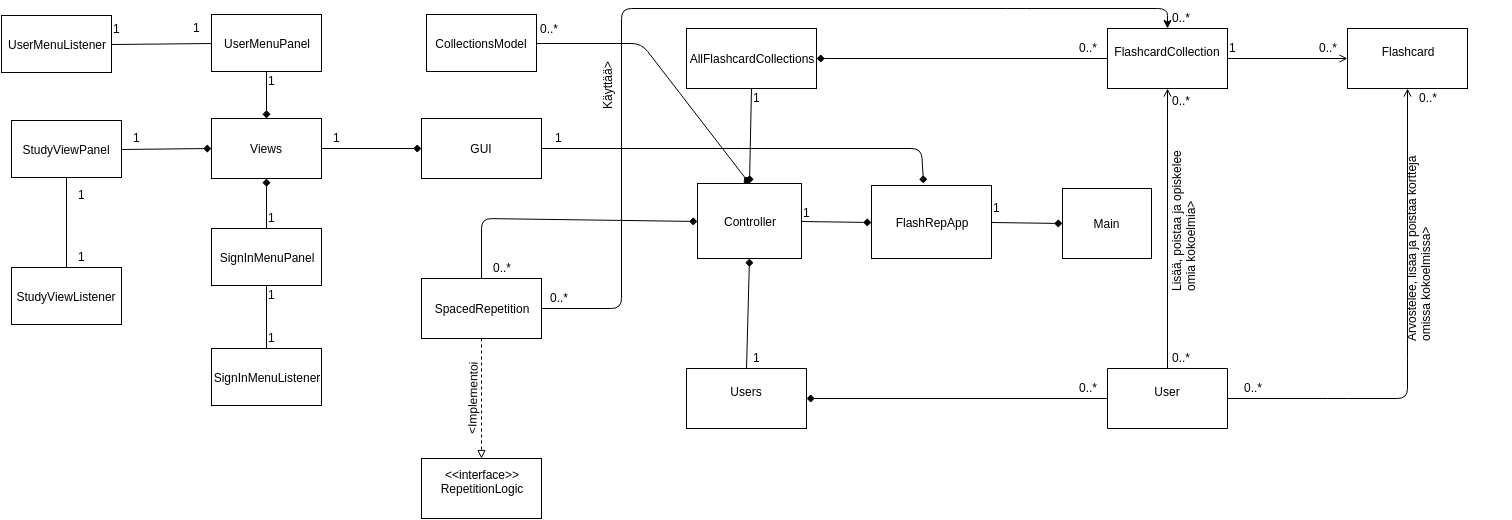
The draw.io diagram dokumentaatio/MaarittelyvaiheenLuokkakaavio.png in RIR/FlashRep, before a commit. Source tidied: cells renumbered, new cells last; positions are measured from the earlier drawing's top-left corner, leaving out a move shared by most shapes.
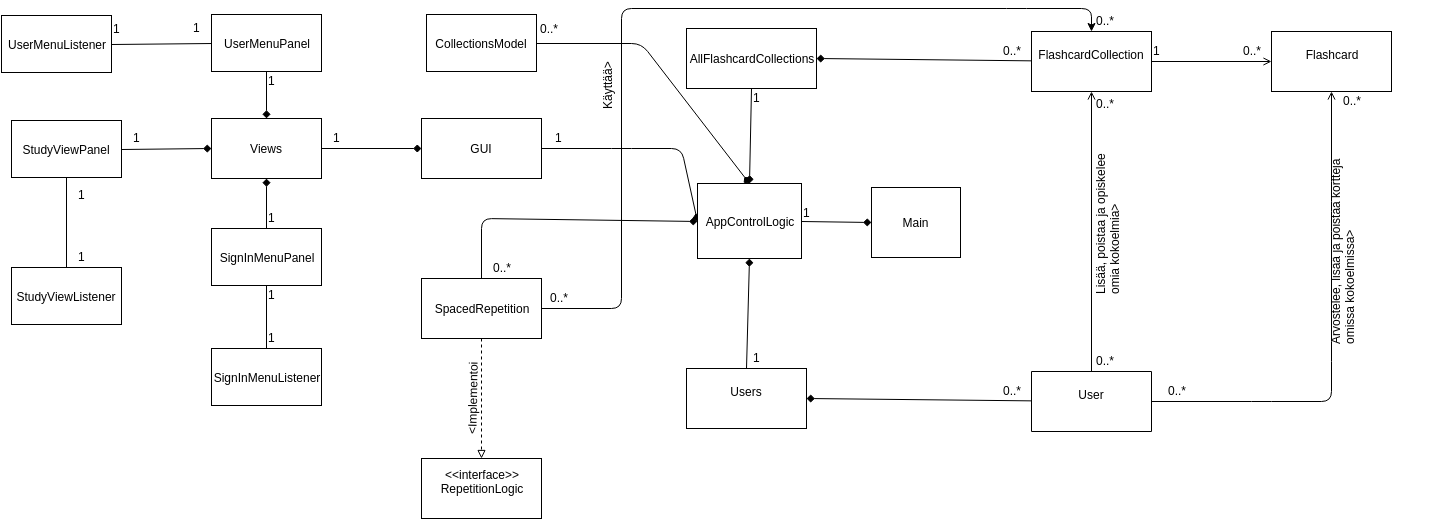
Later version of the same file.

What changed in the source:
```diff
@@ -8,7 +8,7 @@
     <mxCell id="3" style="edgeStyle=none;html=1;exitX=0.5;exitY=0;entryX=1;entryY=0.5;startArrow=classic;startFill=1;endArrow=none;endFill=0;strokeColor=#000000;" parent="1" edge="1" source="4" target="35">
       <mxGeometry relative="1" as="geometry">
         <Array as="points">
-          <mxPoint x="1166" />
+          <mxPoint x="1090" />
           <mxPoint x="1015" />
           <mxPoint x="620" />
           <mxPoint x="620" y="300" />
@@ -16,20 +16,20 @@
       </mxGeometry>
     </mxCell>
     <mxCell id="4" value="FlashcardCollection&lt;div&gt;&lt;br&gt;&lt;/div&gt;" style="whiteSpace=wrap;html=1;" parent="1" vertex="1">
-      <mxGeometry x="1106" y="20" width="120" height="60" as="geometry" />
+      <mxGeometry x="1030" y="23" width="120" height="60" as="geometry" />
     </mxCell>
     <mxCell id="5" value="Flashcard&lt;div&gt;&lt;br&gt;&lt;/div&gt;" style="whiteSpace=wrap;html=1;" parent="1" vertex="1">
-      <mxGeometry x="1346" y="20" width="120" height="60" as="geometry" />
+      <mxGeometry x="1270" y="23" width="120" height="60" as="geometry" />
     </mxCell>
     <mxCell id="6" style="edgeStyle=none;html=1;entryX=0.5;entryY=1;startFill=0;endArrow=open;endFill=0;" parent="1" edge="1" target="5">
       <mxGeometry relative="1" as="geometry">
-        <mxPoint x="1226" y="390" as="sourcePoint" />
+        <mxPoint x="1150" y="393" as="sourcePoint" />
         <Array as="points">
-          <mxPoint x="1336" y="390" />
-          <mxPoint x="1406" y="390" />
-          <mxPoint x="1406" y="340" />
-          <mxPoint x="1406" y="210" />
-          <mxPoint x="1406" y="180" />
+          <mxPoint x="1260" y="393" />
+          <mxPoint x="1330" y="393" />
+          <mxPoint x="1330" y="343" />
+          <mxPoint x="1330" y="213" />
+          <mxPoint x="1330" y="183" />
         </Array>
       </mxGeometry>
     </mxCell>
@@ -37,7 +37,7 @@
       <mxGeometry relative="1" as="geometry" />
     </mxCell>
     <mxCell id="8" value="User&lt;div&gt;&lt;br&gt;&lt;/div&gt;" style="whiteSpace=wrap;html=1;direction=west;" parent="1" vertex="1">
-      <mxGeometry x="1106" y="360" width="120" height="60" as="geometry" />
+      <mxGeometry x="1030" y="363" width="120" height="60" as="geometry" />
     </mxCell>
     <mxCell id="9" style="edgeStyle=none;html=1;exitX=1;exitY=0.5;startFill=1;endArrow=none;endFill=0;startArrow=diamond;" parent="1" edge="1" source="10" target="8">
       <mxGeometry relative="1" as="geometry" />
@@ -50,37 +50,37 @@
     </mxCell>
     <mxCell id="12" style="endArrow=none;html=1;strokeColor=#000000;startArrow=none;startFill=0;endFill=0;exitX=1;exitY=0.5;entryX=0;entryY=0.5;" parent="1" edge="1" target="4">
       <mxGeometry relative="1" as="geometry">
-        <mxPoint x="1105.9" y="49.9" as="sourcePoint" />
+        <mxPoint x="1029.9" y="52.9" as="sourcePoint" />
       </mxGeometry>
     </mxCell>
     <mxCell id="13" style="endArrow=none;html=1;strokeColor=#000000;startArrow=diamond;startFill=1;endFill=0;exitX=1;exitY=0.5;" parent="1" edge="1" source="11" target="4">
       <mxGeometry relative="1" as="geometry" />
     </mxCell>
     <mxCell id="14" value="0..*" style="text;html=1;align=left;verticalAlign=top;spacingTop=-4;" parent="1" vertex="1">
-      <mxGeometry x="1076" y="30" width="30" height="20" as="geometry" />
+      <mxGeometry x="1000" y="33" width="30" height="20" as="geometry" />
     </mxCell>
     <mxCell id="15" value="1" style="text;html=1;align=left;verticalAlign=top;spacingTop=-4;" parent="1" vertex="1">
-      <mxGeometry x="1226" y="30" width="20" height="20" as="geometry" />
+      <mxGeometry x="1150" y="33" width="20" height="20" as="geometry" />
     </mxCell>
     <mxCell id="16" value="0..*" style="text;html=1;align=left;verticalAlign=top;spacingTop=-4;" parent="1" vertex="1">
-      <mxGeometry x="1316" y="30" width="30" height="20" as="geometry" />
+      <mxGeometry x="1240" y="33" width="30" height="20" as="geometry" />
     </mxCell>
     <mxCell id="17" value="&lt;span&gt;Arvostelee, lisää ja poistaa kortteja&lt;/span&gt;&lt;div&gt;&lt;span&gt;omissa kokoelmissa&amp;gt;&lt;/span&gt;&lt;/div&gt;" style="text;html=1;align=left;verticalAlign=top;spacingTop=-4;rotation=-90;" parent="1" vertex="1">
-      <mxGeometry x="1316" y="220" width="200" height="30" as="geometry" />
+      <mxGeometry x="1240" y="223" width="200" height="30" as="geometry" />
     </mxCell>
     <mxCell id="18" value="0..*" style="text;html=1;align=left;verticalAlign=top;spacingTop=-4;" parent="1" vertex="1">
-      <mxGeometry x="1416" y="80" width="30" height="20" as="geometry" />
+      <mxGeometry x="1340" y="83" width="30" height="20" as="geometry" />
     </mxCell>
     <mxCell id="19" value="0..*" style="text;html=1;align=left;verticalAlign=top;spacingTop=-4;" parent="1" vertex="1">
-      <mxGeometry x="1241" y="370" width="30" height="20" as="geometry" />
+      <mxGeometry x="1165" y="373" width="30" height="20" as="geometry" />
     </mxCell>
     <mxCell id="20" style="edgeStyle=none;html=1;startFill=0;endArrow=none;endFill=0;exitX=0;exitY=0.5;" parent="1" edge="1" source="8">
       <mxGeometry relative="1" as="geometry">
-        <mxPoint x="1226" y="390" as="targetPoint" />
+        <mxPoint x="1150" y="393" as="targetPoint" />
       </mxGeometry>
     </mxCell>
     <mxCell id="21" value="0..*" style="text;html=1;align=left;verticalAlign=top;spacingTop=-4;rotation=0;" parent="1" vertex="1">
-      <mxGeometry x="1076" y="370" width="30" height="20" as="geometry" />
+      <mxGeometry x="1000" y="373" width="30" height="20" as="geometry" />
     </mxCell>
     <mxCell id="22" style="edgeStyle=none;html=1;exitX=0.5;exitY=1;entryX=0.5;entryY=0;startFill=1;endArrow=none;endFill=0;startArrow=diamond;" parent="1" edge="1" source="71" target="10">
       <mxGeometry relative="1" as="geometry" />
@@ -88,11 +88,10 @@
     <mxCell id="23" style="edgeStyle=none;html=1;exitX=0.5;exitY=0;entryX=0.5;entryY=1;startFill=1;endArrow=none;endFill=0;startArrow=diamond;" parent="1" edge="1" source="71" target="11">
       <mxGeometry relative="1" as="geometry" />
     </mxCell>
-    <mxCell id="24" style="edgeStyle=none;html=1;exitX=0.433;exitY=-0.027;entryX=1;entryY=0.5;startArrow=diamond;startFill=1;endArrow=none;endFill=0;strokeColor=#000000;exitPerimeter=0;" parent="1" edge="1" source="27" target="31">
+    <mxCell id="24" style="edgeStyle=none;html=1;entryX=1;entryY=0.5;startArrow=diamond;startFill=1;endArrow=none;endFill=0;strokeColor=#000000;exitX=0;exitY=0.5;" parent="1" edge="1" source="71" target="31">
       <mxGeometry relative="1" as="geometry">
         <Array as="points">
-          <mxPoint x="920" y="140" />
-          <mxPoint x="750" y="140" />
+          <mxPoint x="680" y="140" />
           <mxPoint x="620" y="140" />
         </Array>
       </mxGeometry>
@@ -104,12 +103,11 @@
         </Array>
       </mxGeometry>
     </mxCell>
-    <mxCell id="26" style="edgeStyle=none;html=1;exitX=0;exitY=0.5;entryX=1;entryY=0.5;startArrow=diamond;startFill=1;endArrow=none;endFill=0;strokeColor=#000000;" parent="1" edge="1" source="27" target="71">
-      <mxGeometry relative="1" as="geometry" />
+    <mxCell id="26" style="edgeStyle=none;html=1;exitX=0;exitY=0.5;entryX=1;entryY=0.5;startArrow=diamond;startFill=1;endArrow=none;endFill=0;strokeColor=#000000;" parent="1" edge="1" target="71">
+      <mxGeometry relative="1" as="geometry">
+        <mxPoint x="870" y="214" as="sourcePoint" />
+      </mxGeometry>
     </mxCell>
-    <mxCell id="27" value="FlashRepApp" style="whiteSpace=wrap;html=1;" parent="1" vertex="1">
-      <mxGeometry x="870" y="177" width="120" height="73" as="geometry" />
-    </mxCell>
     <mxCell id="28" value="1" style="text;html=1;align=left;verticalAlign=top;spacingTop=-4;rotation=0;" parent="1" vertex="1">
       <mxGeometry x="750" y="340" width="20" height="20" as="geometry" />
     </mxCell>
@@ -143,7 +141,7 @@
       <mxGeometry x="490" y="250" width="30" height="30" as="geometry" />
     </mxCell>
     <mxCell id="38" value="0..*" style="text;html=1;align=left;verticalAlign=top;spacingTop=-4;" parent="1" vertex="1">
-      <mxGeometry x="1169" width="30" height="20" as="geometry" />
+      <mxGeometry x="1093" y="3" width="30" height="20" as="geometry" />
     </mxCell>
     <mxCell id="39" value="0..*" style="text;html=1;align=left;verticalAlign=top;spacingTop=-4;" parent="1" vertex="1">
       <mxGeometry x="547" y="280" width="30" height="20" as="geometry" />
@@ -152,13 +150,13 @@
       <mxGeometry x="577" y="63" width="60" height="20" as="geometry" />
     </mxCell>
     <mxCell id="41" value="&lt;span&gt;Lisää, poistaa ja opiskelee&amp;nbsp;&lt;/span&gt;&lt;div&gt;&lt;span&gt;omia kokoelmia&amp;gt;&lt;/span&gt;&lt;/div&gt;" style="text;html=1;align=left;verticalAlign=top;spacingTop=-4;rotation=-90;" parent="1" vertex="1">
-      <mxGeometry x="1101" y="190" width="160" height="30" as="geometry" />
+      <mxGeometry x="1025" y="193" width="160" height="30" as="geometry" />
     </mxCell>
     <mxCell id="42" value="0..*" style="text;html=1;align=left;verticalAlign=top;spacingTop=-4;" parent="1" vertex="1">
-      <mxGeometry x="1169" y="340" width="30" height="20" as="geometry" />
+      <mxGeometry x="1093" y="343" width="30" height="20" as="geometry" />
     </mxCell>
     <mxCell id="43" value="0..*" style="text;html=1;align=left;verticalAlign=top;spacingTop=-4;" parent="1" vertex="1">
-      <mxGeometry x="1169" y="83" width="30" height="20" as="geometry" />
+      <mxGeometry x="1093" y="86" width="30" height="20" as="geometry" />
     </mxCell>
     <mxCell id="44" value="Views" style="whiteSpace=wrap;html=1;" parent="1" vertex="1">
       <mxGeometry x="210" y="110" width="110" height="60" as="geometry" />
@@ -196,15 +194,9 @@
     <mxCell id="55" value="1" style="text;html=1;align=left;verticalAlign=top;spacingTop=-4;" parent="1" vertex="1">
       <mxGeometry x="265" y="320" width="20" height="20" as="geometry" />
     </mxCell>
-    <mxCell id="56" style="edgeStyle=none;html=1;exitX=0;exitY=0.5;entryX=1;entryY=0.5;startArrow=diamond;startFill=1;endArrow=none;endFill=0;strokeColor=#000000;" parent="1" edge="1" source="57" target="27">
-      <mxGeometry relative="1" as="geometry" />
-    </mxCell>
     <mxCell id="57" value="Main" style="whiteSpace=wrap;html=1;" parent="1" vertex="1">
-      <mxGeometry x="1061" y="180" width="89" height="70" as="geometry" />
+      <mxGeometry x="870" y="179" width="89" height="70" as="geometry" />
     </mxCell>
-    <mxCell id="58" value="1" style="text;html=1;align=left;verticalAlign=top;spacingTop=-4;rotation=0;" parent="1" vertex="1">
-      <mxGeometry x="990" y="190" width="20" height="20" as="geometry" />
-    </mxCell>
     <mxCell id="59" style="edgeStyle=none;html=1;exitX=1;exitY=0.5;startArrow=none;startFill=0;endArrow=none;endFill=0;strokeColor=#000000;" parent="1" edge="1" source="60" target="46">
       <mxGeometry relative="1" as="geometry" />
     </mxCell>
@@ -245,7 +237,7 @@
         </Array>
       </mxGeometry>
     </mxCell>
-    <mxCell id="71" value="Controller" style="whiteSpace=wrap;html=1;" parent="1" vertex="1">
+    <mxCell id="71" value="AppControlLogic" style="whiteSpace=wrap;html=1;" parent="1" vertex="1">
       <mxGeometry x="696" y="175" width="104" height="75" as="geometry" />
     </mxCell>
     <mxCell id="72" value="1" style="text;html=1;align=left;verticalAlign=top;spacingTop=-4;" parent="1" vertex="1">
```
